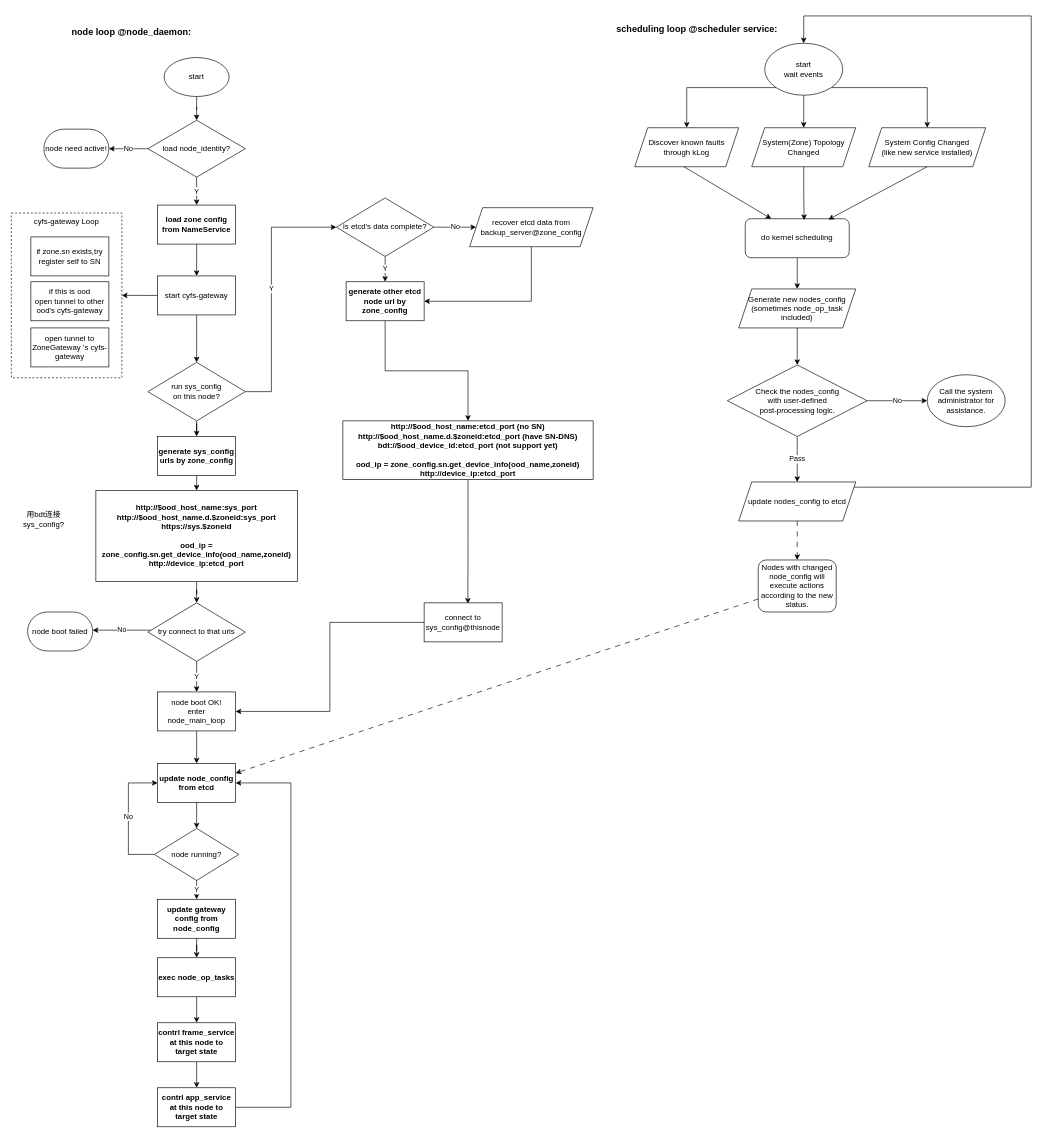
The draw.io diagram page "MainLoop" (2 of 12) of doc/BuckyOS Architecture.drawio in buckyos/buckyos, before the edit. Source tidied: cells renumbered, new cells numbered last; positions are measured from the earlier drawing's top-left corner, leaving out a move shared by most shapes. Both pictures are drawn from the tidied source at 65%, with x=0, y=0 at pixel (11, 16).
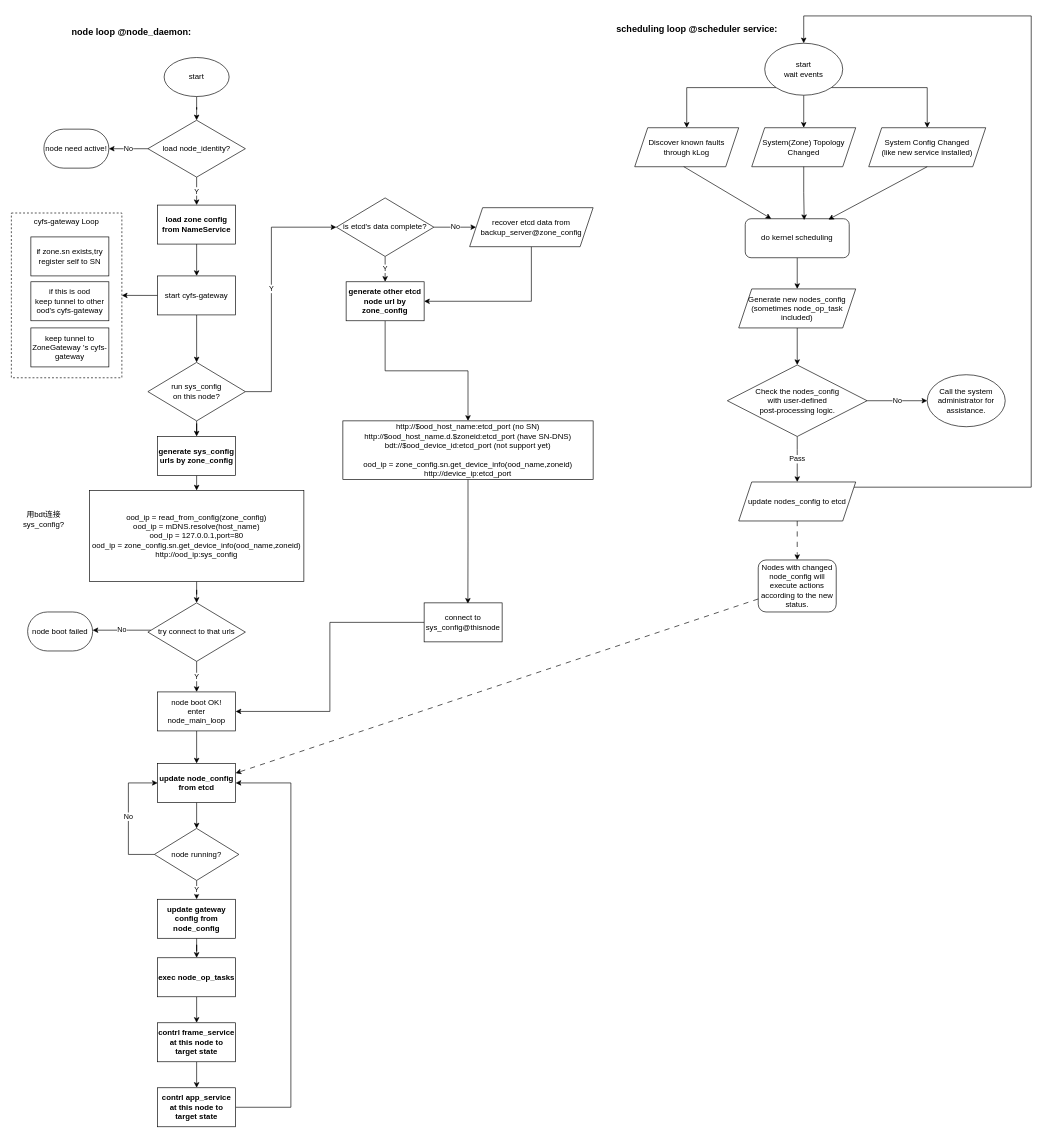
The same page after the edit.

What changed in the source:
```diff
@@
-    <mxCell id="71" value="http://$ood_host_name:sys_port&lt;br&gt;http://$ood_host_name.d.$zoneid:sys_port&lt;br&gt;https://sys.$zoneid&lt;br&gt;&lt;br&gt;ood_ip = zone_config.sn.get_device_info(ood_name,zoneid)&lt;br style=&quot;border-color: var(--border-color);&quot;&gt;http://device_ip:etcd_port" style="rounded=0;whiteSpace=wrap;html=1;fontStyle=1;" parent="1" vertex="1">
-      <mxGeometry x="130" y="730" width="310" height="140" as="geometry" />
+    <mxCell id="71" value="ood_ip = read_from_config(zone_config)&lt;br&gt;ood_ip = mDNS.resolve(host_name)&lt;br&gt;ood_ip = 127.0.0.1,port=80&lt;br&gt;ood_ip = zone_config.sn.get_device_info(ood_name,zoneid)&lt;br style=&quot;border-color: var(--border-color);&quot;&gt;http://ood_ip:sys_config" style="rounded=0;whiteSpace=wrap;html=1;fontStyle=0;" parent="1" vertex="1">
+      <mxGeometry x="120" y="730" width="330" height="140" as="geometry" />
     </mxCell>
@@
-    <mxCell id="73" value="http://$ood_host_name:etcd_port (no SN)&lt;br&gt;http://$ood_host_name.d.$zoneid:etcd_port (have SN-DNS)&lt;br&gt;bdt://$ood_device_id:etcd_port (not support yet)&lt;br&gt;&lt;br&gt;ood_ip = zone_config.sn.get_device_info(ood_name,zoneid)&lt;br&gt;http://device_ip:etcd_port" style="rounded=0;whiteSpace=wrap;html=1;fontStyle=1;" parent="1" vertex="1">
+    <mxCell id="73" value="http://$ood_host_name:etcd_port (no SN)&lt;br&gt;http://$ood_host_name.d.$zoneid:etcd_port (have SN-DNS)&lt;br&gt;bdt://$ood_device_id:etcd_port (not support yet)&lt;br&gt;&lt;br&gt;ood_ip = zone_config.sn.get_device_info(ood_name,zoneid)&lt;br&gt;http://device_ip:etcd_port" style="rounded=0;whiteSpace=wrap;html=1;fontStyle=0;" parent="1" vertex="1">
       <mxGeometry x="510" y="623" width="385" height="90" as="geometry" />
     </mxCell>
-    <mxCell id="74" value="if this is ood&lt;br&gt;open tunnel to other ood's cyfs-gateway" style="rounded=0;whiteSpace=wrap;html=1;fontStyle=0;" parent="1" vertex="1">
+    <mxCell id="74" value="if this is ood&lt;br&gt;keep tunnel to other ood's cyfs-gateway" style="rounded=0;whiteSpace=wrap;html=1;fontStyle=0;" parent="1" vertex="1">
       <mxGeometry x="30" y="409" width="120" height="60" as="geometry" />
     </mxCell>
-    <mxCell id="75" value="open tunnel to ZoneGateway 's cyfs-gateway" style="rounded=0;whiteSpace=wrap;html=1;fontStyle=0;" parent="1" vertex="1">
+    <mxCell id="75" value="keep tunnel to ZoneGateway 's cyfs-gateway" style="rounded=0;whiteSpace=wrap;html=1;fontStyle=0;" parent="1" vertex="1">
       <mxGeometry x="30" y="480" width="120" height="60" as="geometry" />
     </mxCell>
```
